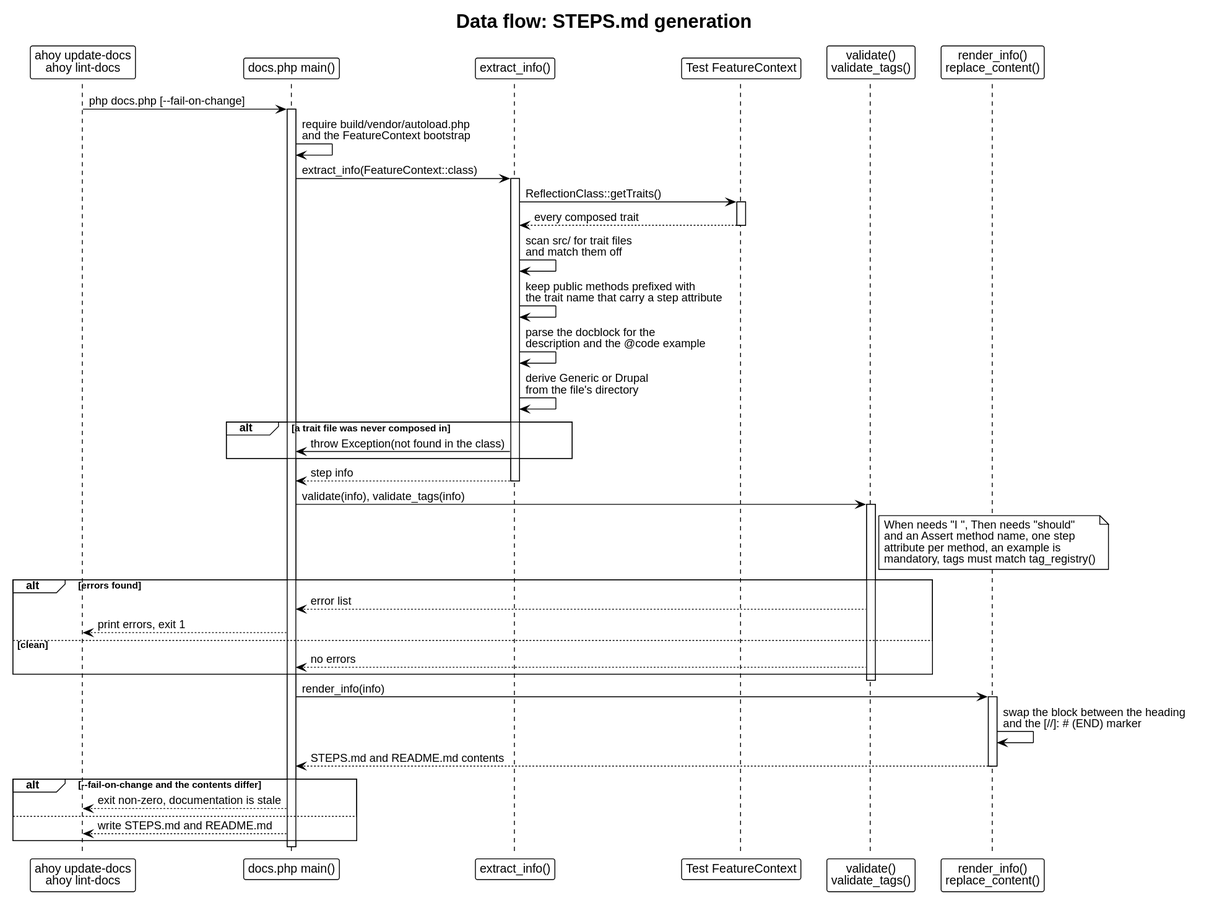
drevops/behat-steps keeps this PlantUML diagram as docs/architecture/dataflow-docs.svg. Above is the earlier version. Source of this version:
```plantuml
@startuml
!theme plain
skinparam backgroundColor white
skinparam defaultFontName Helvetica
skinparam shadowing false
title Data flow: STEPS.md generation

participant "ahoy update-docs\nahoy lint-docs" as Dev
participant "docs.php main()" as Main
participant "extract_info()" as Extract
participant "Test FeatureContext" as Ctx
participant "validate()\nvalidate_tags()" as Validate
participant "render_info()\nreplace_content()" as Render

Dev -> Main: php docs.php [~--fail-on-change]
activate Main
Main -> Main: require build/vendor/autoload.php\nand the FeatureContext bootstrap

Main -> Extract: extract_info(FeatureContext::class)
activate Extract
Extract -> Ctx: ReflectionClass::getTraits()
activate Ctx
Ctx --> Extract: every composed trait
deactivate Ctx
Extract -> Extract: scan src/ for trait files\nand match them off
Extract -> Extract: keep public methods prefixed with\nthe trait name that carry a step attribute
Extract -> Extract: parse the docblock for the\ndescription and the @code example
Extract -> Extract: derive Generic or Drupal\nfrom the file's directory

alt a trait file was never composed in
  Extract -> Main: throw Exception(not found in the class)
end
Extract --> Main: step info
deactivate Extract

Main -> Validate: validate(info), validate_tags(info)
activate Validate
note right of Validate
  When needs "I ", Then needs "should"
  and an Assert method name, one step
  attribute per method, an example is
  mandatory, tags must match tag_registry()
end note
alt errors found
  Validate --> Main: error list
  Main --> Dev: print errors, exit 1
else clean
  Validate --> Main: no errors
end
deactivate Validate

Main -> Render: render_info(info)
activate Render
Render -> Render: swap the block between the heading\nand the [//]: # (END) marker
Render --> Main: STEPS.md and README.md contents
deactivate Render

alt ~--fail-on-change and the contents differ
  Main --> Dev: exit non-zero, documentation is stale
else
  Main --> Dev: write STEPS.md and README.md
end
deactivate Main
@enduml
```
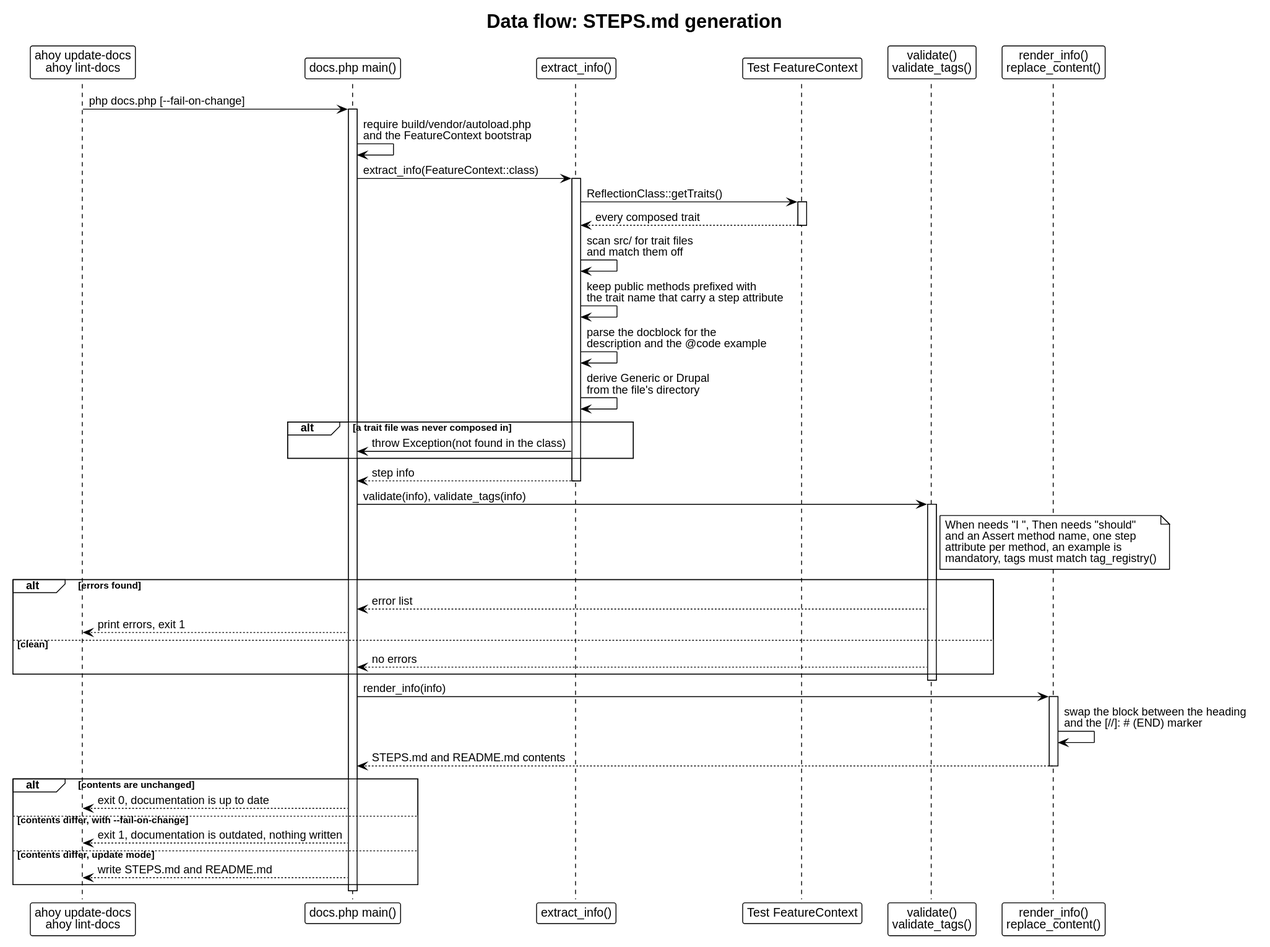
The same file after the commit.

Commit message:
Addressed code review: corrected the Java prerequisite, the PNG render path, the helper trait name and the docs.php exit branches.

Diff of the diagram source:
```diff
@@ -55,9 +55,11 @@
 Render --> Main: STEPS.md and README.md contents
 deactivate Render
 
-alt ~--fail-on-change and the contents differ
-  Main --> Dev: exit non-zero, documentation is stale
-else
+alt contents are unchanged
+  Main --> Dev: exit 0, documentation is up to date
+else contents differ, with ~--fail-on-change
+  Main --> Dev: exit 1, documentation is outdated, nothing written
+else contents differ, update mode
   Main --> Dev: write STEPS.md and README.md
 end
 deactivate Main
```
